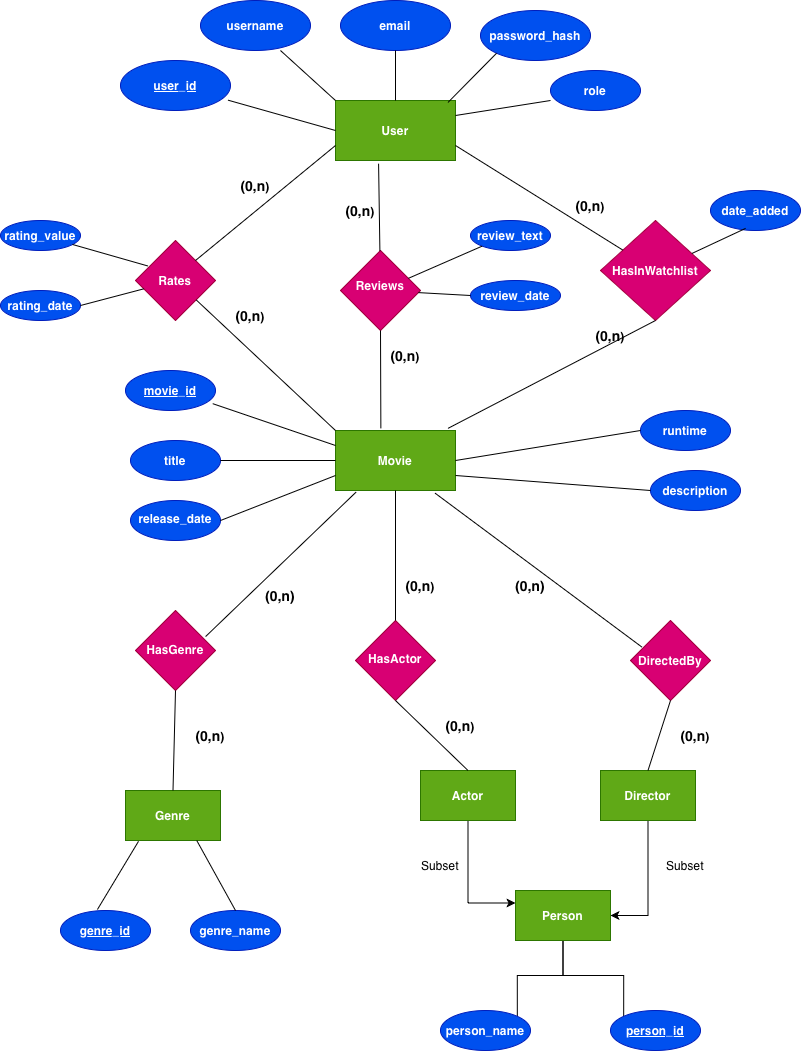
This is movie-rating-system-erd.drawio.png from Laksanyamor/movie-rating-system, a draw.io export, as it was before one commit. Source tidied: cells renumbered, new cells last; positions are measured from the earlier drawing's top-left corner, leaving out a move shared by most shapes.
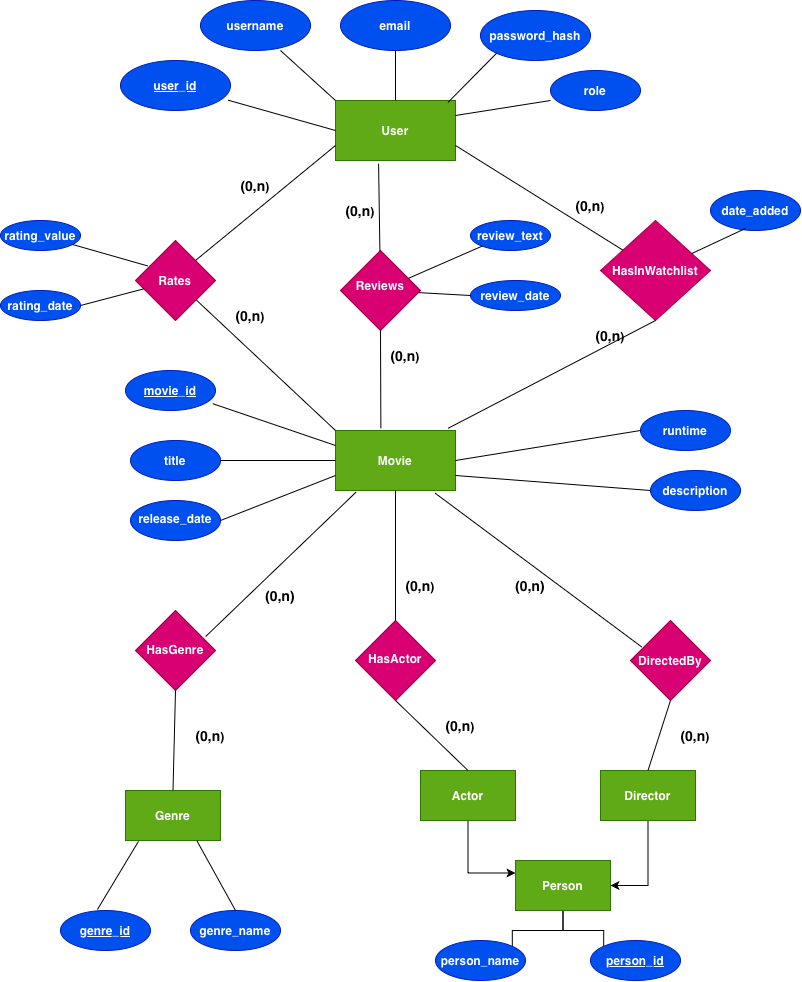
After the commit.

Change to the diagram source:
```diff
@@ -222,19 +222,13 @@
       <mxGeometry relative="1" as="geometry" />
     </mxCell>
     <mxCell id="75" value="Person" style="whiteSpace=wrap;html=1;fontStyle=1;fillColor=#60a917;fontColor=#ffffff;strokeColor=#2D7600;" parent="1" vertex="1">
-      <mxGeometry x="515" y="890" width="95" height="50" as="geometry" />
+      <mxGeometry x="515" y="860" width="95" height="50" as="geometry" />
     </mxCell>
-    <mxCell id="76" value="Subset" style="text;html=1;whiteSpace=wrap;strokeColor=none;fillColor=none;align=center;verticalAlign=middle;rounded=0;" parent="1" vertex="1">
-      <mxGeometry x="410" y="850" width="60" height="30" as="geometry" />
-    </mxCell>
-    <mxCell id="77" value="Subset" style="text;html=1;whiteSpace=wrap;strokeColor=none;fillColor=none;align=center;verticalAlign=middle;rounded=0;" parent="1" vertex="1">
-      <mxGeometry x="655" y="850" width="60" height="30" as="geometry" />
-    </mxCell>
     <mxCell id="78" value="&lt;b&gt;&lt;span&gt;&lt;u&gt;person_id&lt;/u&gt;&lt;/span&gt;&lt;/b&gt;" style="ellipse;whiteSpace=wrap;html=1;shapeInside=1;fillColor=#0050ef;fontColor=#ffffff;strokeColor=#001DBC;fontStyle=0;" parent="1" vertex="1">
-      <mxGeometry x="610" y="1010" width="90" height="40" as="geometry" />
+      <mxGeometry x="590" y="940" width="90" height="40" as="geometry" />
     </mxCell>
     <mxCell id="79" value="&lt;b&gt;&lt;span&gt;person_name&lt;/span&gt;&lt;/b&gt;" style="ellipse;whiteSpace=wrap;html=1;shapeInside=1;fillColor=#0050ef;fontColor=#ffffff;strokeColor=#001DBC;fontStyle=0;" parent="1" vertex="1">
-      <mxGeometry x="440" y="1010" width="90" height="40" as="geometry" />
+      <mxGeometry x="435" y="940" width="90" height="40" as="geometry" />
     </mxCell>
   </root>
 </mxGraphModel>
```
